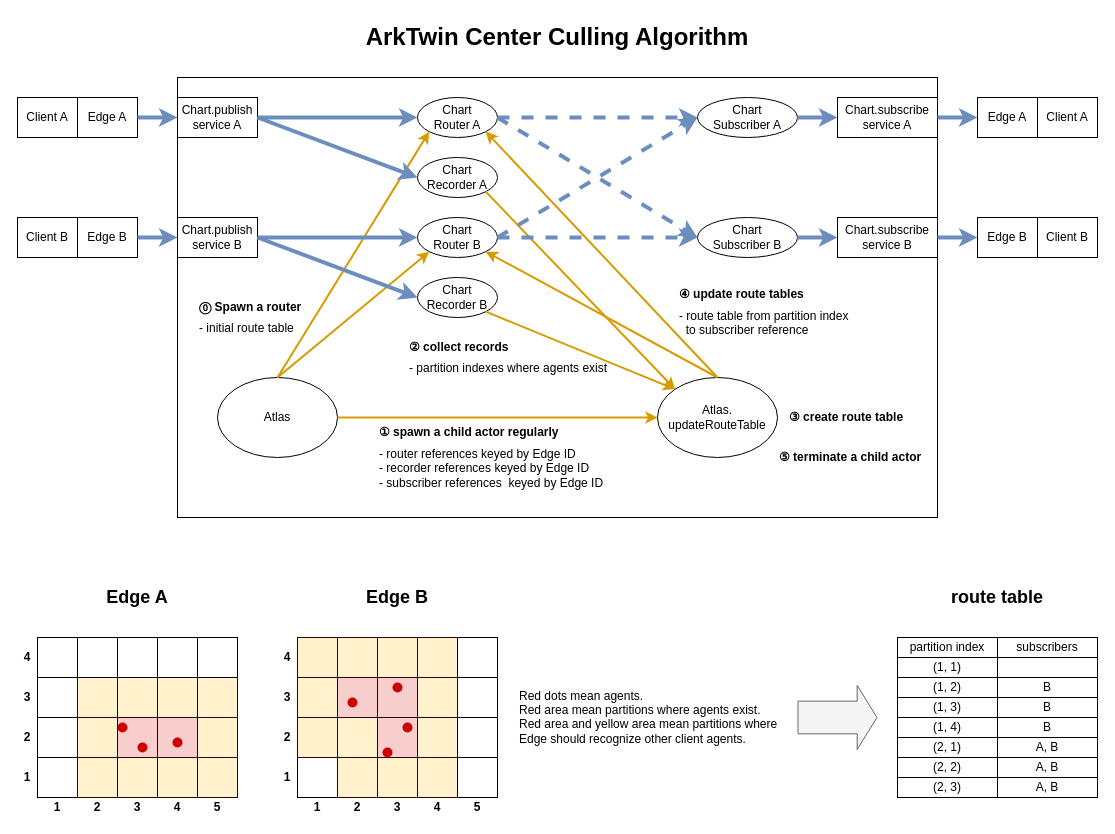
arktwin/arktwin keeps this draw.io diagram as docs/center-culling.drawio. Above is the earlier version. Source tidied: cells renumbered, new cells numbered last; positions are measured from the earlier drawing's top-left corner, leaving out a move shared by most shapes. Both pictures are drawn from the tidied source at 100%, with x=0, y=0 at pixel (17, 17).
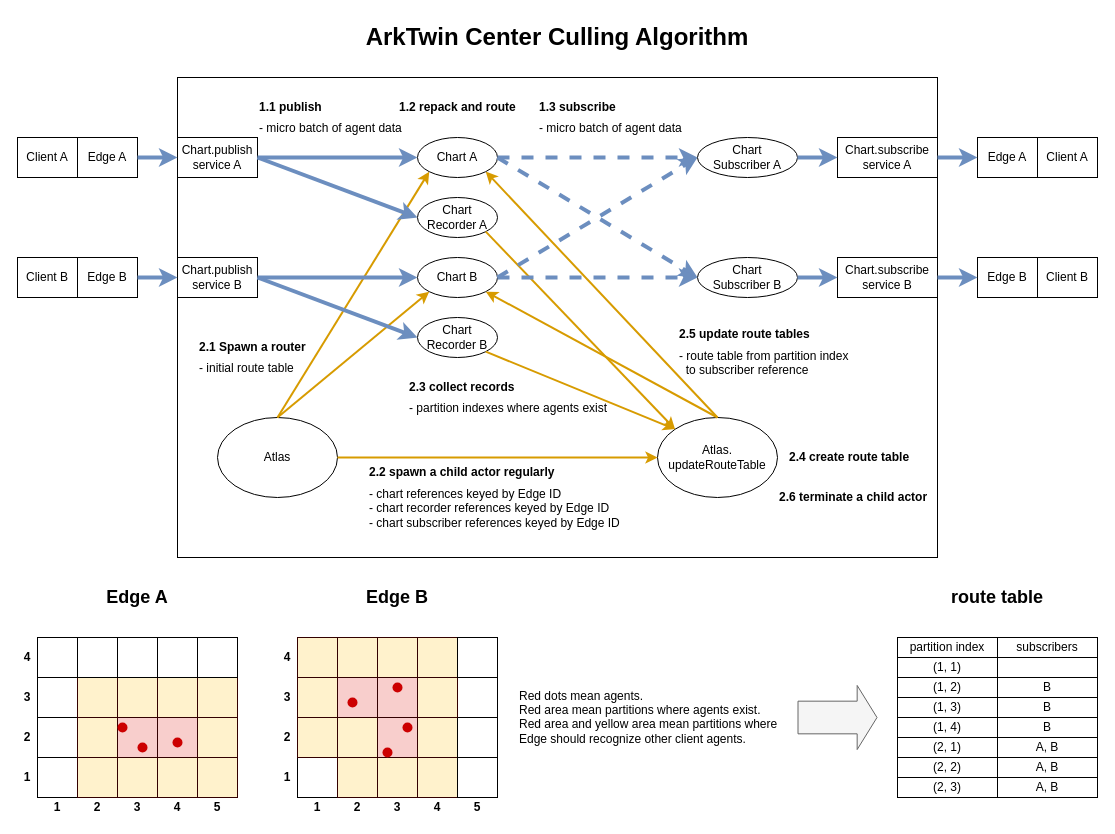
The same diagram, later.

What changed in the source:
```diff
@@
     <mxCell id="2" style="rounded=0;whiteSpace=wrap;html=1;fillColor=none;" parent="1" vertex="1">
-      <mxGeometry x="160" y="60" width="760" height="440" as="geometry" />
+      <mxGeometry x="160" y="60" width="760" height="480" as="geometry" />
     </mxCell>
     <mxCell id="3" value="Client A" style="rounded=0;whiteSpace=wrap;html=1;" parent="1" vertex="1">
-      <mxGeometry y="80" width="60" height="40" as="geometry" />
+      <mxGeometry y="120" width="60" height="40" as="geometry" />
     </mxCell>
     <mxCell id="4" value="Edge A" style="rounded=0;whiteSpace=wrap;html=1;" parent="1" vertex="1">
-      <mxGeometry x="60" y="80" width="60" height="40" as="geometry" />
+      <mxGeometry x="60" y="120" width="60" height="40" as="geometry" />
     </mxCell>
     <mxCell id="5" value="Chart.publish&lt;div&gt;service A&lt;/div&gt;" style="rounded=0;whiteSpace=wrap;html=1;" parent="1" vertex="1">
-      <mxGeometry x="160" y="80" width="80" height="40" as="geometry" />
+      <mxGeometry x="160" y="120" width="80" height="40" as="geometry" />
     </mxCell>
-    <mxCell id="6" value="Chart&lt;div&gt;Router A&lt;/div&gt;" style="ellipse;whiteSpace=wrap;html=1;" parent="1" vertex="1">
-      <mxGeometry x="400" y="80" width="80" height="40" as="geometry" />
+    <mxCell id="6" value="Chart&lt;span style=&quot;background-color: initial;&quot;&gt;&amp;nbsp;A&lt;/span&gt;" style="ellipse;whiteSpace=wrap;html=1;" parent="1" vertex="1">
+      <mxGeometry x="400" y="120" width="80" height="40" as="geometry" />
     </mxCell>
     <mxCell id="7" value="Atlas.&lt;div&gt;updateRouteTable&lt;/div&gt;" style="ellipse;whiteSpace=wrap;html=1;" parent="1" vertex="1">
-      <mxGeometry x="640" y="360" width="120" height="80" as="geometry" />
+      <mxGeometry x="640" y="400" width="120" height="80" as="geometry" />
     </mxCell>
     <mxCell id="8" value="Atlas" style="ellipse;whiteSpace=wrap;html=1;" parent="1" vertex="1">
-      <mxGeometry x="200" y="360" width="120" height="80" as="geometry" />
+      <mxGeometry x="200" y="400" width="120" height="80" as="geometry" />
     </mxCell>
     <mxCell id="9" value="Chart&lt;div&gt;Recorder A&lt;/div&gt;" style="ellipse;whiteSpace=wrap;html=1;" parent="1" vertex="1">
-      <mxGeometry x="400" y="140" width="80" height="40" as="geometry" />
+      <mxGeometry x="400" y="180" width="80" height="40" as="geometry" />
     </mxCell>
     <mxCell id="10" value="Chart.subscribe&lt;div&gt;service A&lt;/div&gt;" style="rounded=0;whiteSpace=wrap;html=1;" parent="1" vertex="1">
-      <mxGeometry x="820" y="80" width="100" height="40" as="geometry" />
+      <mxGeometry x="820" y="120" width="100" height="40" as="geometry" />
     </mxCell>
@@
     <mxCell id="12" value="Client B" style="rounded=0;whiteSpace=wrap;html=1;" parent="1" vertex="1">
-      <mxGeometry y="200" width="60" height="40" as="geometry" />
+      <mxGeometry y="240" width="60" height="40" as="geometry" />
     </mxCell>
     <mxCell id="13" value="Edge B" style="rounded=0;whiteSpace=wrap;html=1;" parent="1" vertex="1">
-      <mxGeometry x="60" y="200" width="60" height="40" as="geometry" />
+      <mxGeometry x="60" y="240" width="60" height="40" as="geometry" />
     </mxCell>
     <mxCell id="14" value="&lt;div&gt;Chart.publish&lt;/div&gt;&lt;div&gt;service B&lt;/div&gt;" style="rounded=0;whiteSpace=wrap;html=1;" parent="1" vertex="1">
-      <mxGeometry x="160" y="200" width="80" height="40" as="geometry" />
+      <mxGeometry x="160" y="240" width="80" height="40" as="geometry" />
     </mxCell>
-    <mxCell id="15" value="Chart&lt;div&gt;Router B&lt;/div&gt;" style="ellipse;whiteSpace=wrap;html=1;" parent="1" vertex="1">
-      <mxGeometry x="400" y="200" width="80" height="40" as="geometry" />
+    <mxCell id="15" value="Chart&lt;span style=&quot;background-color: initial;&quot;&gt;&amp;nbsp;B&lt;/span&gt;" style="ellipse;whiteSpace=wrap;html=1;" parent="1" vertex="1">
+      <mxGeometry x="400" y="240" width="80" height="40" as="geometry" />
     </mxCell>
     <mxCell id="16" value="Chart&lt;div&gt;Recorder B&lt;/div&gt;" style="ellipse;whiteSpace=wrap;html=1;" parent="1" vertex="1">
-      <mxGeometry x="400" y="260" width="80" height="40" as="geometry" />
+      <mxGeometry x="400" y="300" width="80" height="40" as="geometry" />
     </mxCell>
@@
     <mxCell id="19" value="Chart.subscribe&lt;div&gt;service B&lt;/div&gt;" style="rounded=0;whiteSpace=wrap;html=1;" parent="1" vertex="1">
-      <mxGeometry x="820" y="200" width="100" height="40" as="geometry" />
+      <mxGeometry x="820" y="240" width="100" height="40" as="geometry" />
     </mxCell>
@@
     <mxCell id="25" value="Chart&lt;div&gt;&lt;span style=&quot;background-color: initial;&quot;&gt;Subscriber A&lt;/span&gt;&lt;/div&gt;" style="ellipse;whiteSpace=wrap;html=1;" parent="1" vertex="1">
-      <mxGeometry x="680" y="80" width="100" height="40" as="geometry" />
+      <mxGeometry x="680" y="120" width="100" height="40" as="geometry" />
     </mxCell>
     <mxCell id="26" value="Chart&lt;div&gt;&lt;span style=&quot;background-color: initial;&quot;&gt;Subscriber B&lt;/span&gt;&lt;/div&gt;" style="ellipse;whiteSpace=wrap;html=1;" parent="1" vertex="1">
-      <mxGeometry x="680" y="200" width="100" height="40" as="geometry" />
+      <mxGeometry x="680" y="240" width="100" height="40" as="geometry" />
     </mxCell>
@@
-    <mxCell id="30" value="&lt;b&gt;① spawn a child actor regularly&lt;/b&gt;&lt;div style=&quot;font-size: 6px;&quot;&gt;&lt;b&gt;&lt;br&gt;&lt;/b&gt;&lt;div style=&quot;line-height: 160%; font-size: 12px;&quot;&gt;&lt;div style=&quot;line-height: 120%;&quot;&gt;&lt;span style=&quot;background-color: initial;&quot;&gt;- router references keyed by Edge ID&lt;/span&gt;&lt;div style=&quot;line-height: 120%;&quot;&gt;- recorder references&lt;span style=&quot;background-color: initial;&quot;&gt;&amp;nbsp;&lt;/span&gt;&lt;span style=&quot;background-color: initial;&quot;&gt;keyed by Edge ID&lt;/span&gt;&lt;span style=&quot;background-color: initial;&quot;&gt;&amp;nbsp;&lt;/span&gt;&lt;/div&gt;&lt;div style=&quot;line-height: 120%;&quot;&gt;- subscriber references&amp;nbsp;&lt;span style=&quot;background-color: initial;&quot;&gt;&amp;nbsp;&lt;/span&gt;&lt;span style=&quot;background-color: initial;&quot;&gt;keyed by Edge ID&lt;/span&gt;&lt;/div&gt;&lt;/div&gt;&lt;/div&gt;&lt;/div&gt;" style="text;html=1;align=left;verticalAlign=middle;whiteSpace=wrap;rounded=0;" parent="1" vertex="1">
-      <mxGeometry x="360" y="400" width="240" height="80" as="geometry" />
+    <mxCell id="30" value="&lt;b&gt;2.2 spawn a child actor regularly&lt;/b&gt;&lt;div style=&quot;font-size: 6px;&quot;&gt;&lt;b&gt;&lt;br&gt;&lt;/b&gt;&lt;div style=&quot;line-height: 160%; font-size: 12px;&quot;&gt;&lt;div style=&quot;line-height: 120%;&quot;&gt;&lt;span style=&quot;background-color: initial;&quot;&gt;- chart references keyed by Edge ID&lt;/span&gt;&lt;div style=&quot;line-height: 120%;&quot;&gt;- chart recorder references&lt;span style=&quot;background-color: initial;&quot;&gt;&amp;nbsp;&lt;/span&gt;&lt;span style=&quot;background-color: initial;&quot;&gt;keyed by Edge ID&lt;/span&gt;&lt;span style=&quot;background-color: initial;&quot;&gt;&amp;nbsp;&lt;/span&gt;&lt;/div&gt;&lt;div style=&quot;line-height: 120%;&quot;&gt;- chart subscriber references&amp;nbsp;&lt;span style=&quot;background-color: initial;&quot;&gt;keyed by Edge ID&lt;/span&gt;&lt;/div&gt;&lt;/div&gt;&lt;/div&gt;&lt;/div&gt;" style="text;html=1;align=left;verticalAlign=middle;whiteSpace=wrap;rounded=0;" parent="1" vertex="1">
+      <mxGeometry x="350" y="440" width="260" height="80" as="geometry" />
     </mxCell>
-    <mxCell id="31" value="&lt;b style=&quot;&quot;&gt;③ create route table&lt;/b&gt;" style="text;html=1;align=left;verticalAlign=middle;whiteSpace=wrap;rounded=0;" parent="1" vertex="1">
-      <mxGeometry x="770" y="380" width="130" height="40" as="geometry" />
+    <mxCell id="31" value="&lt;b style=&quot;&quot;&gt;2.4 create route table&lt;/b&gt;" style="text;html=1;align=left;verticalAlign=middle;whiteSpace=wrap;rounded=0;" parent="1" vertex="1">
+      <mxGeometry x="770" y="420" width="130" height="40" as="geometry" />
     </mxCell>
@@
-    <mxCell id="38" value="&lt;b&gt;⓪ Spawn a router&lt;/b&gt;&lt;div style=&quot;font-size: 6px;&quot;&gt;&lt;b&gt;&lt;br&gt;&lt;/b&gt;&lt;div style=&quot;line-height: 160%; font-size: 12px;&quot;&gt;&lt;div style=&quot;line-height: 120%;&quot;&gt;&lt;span style=&quot;background-color: initial;&quot;&gt;- initial route table&lt;br&gt;&lt;/span&gt;&lt;/div&gt;&lt;/div&gt;&lt;/div&gt;" style="text;html=1;align=left;verticalAlign=middle;whiteSpace=wrap;rounded=0;" parent="1" vertex="1">
-      <mxGeometry x="180" y="280" width="110" height="40" as="geometry" />
+    <mxCell id="38" value="&lt;b&gt;2.1 Spawn a router&lt;/b&gt;&lt;div style=&quot;font-size: 6px;&quot;&gt;&lt;b&gt;&lt;br&gt;&lt;/b&gt;&lt;div style=&quot;line-height: 160%; font-size: 12px;&quot;&gt;&lt;div style=&quot;line-height: 120%;&quot;&gt;&lt;span style=&quot;background-color: initial;&quot;&gt;- initial route table&lt;br&gt;&lt;/span&gt;&lt;/div&gt;&lt;/div&gt;&lt;/div&gt;" style="text;html=1;align=left;verticalAlign=middle;whiteSpace=wrap;rounded=0;" parent="1" vertex="1">
+      <mxGeometry x="180" y="320" width="110" height="40" as="geometry" />
     </mxCell>
-    <mxCell id="39" value="&lt;b&gt;② collect records&lt;/b&gt;&lt;div style=&quot;font-size: 6px;&quot;&gt;&lt;b&gt;&lt;br&gt;&lt;/b&gt;&lt;div style=&quot;line-height: 160%; font-size: 12px;&quot;&gt;&lt;div style=&quot;line-height: 120%;&quot;&gt;&lt;span style=&quot;background-color: initial;&quot;&gt;- partition indexes where agents exist&lt;/span&gt;&lt;/div&gt;&lt;/div&gt;&lt;/div&gt;" style="text;html=1;align=left;verticalAlign=middle;whiteSpace=wrap;rounded=0;" parent="1" vertex="1">
-      <mxGeometry x="390" y="320" width="230" height="40" as="geometry" />
+    <mxCell id="39" value="&lt;b&gt;2.3 collect records&lt;/b&gt;&lt;div style=&quot;font-size: 6px;&quot;&gt;&lt;b&gt;&lt;br&gt;&lt;/b&gt;&lt;div style=&quot;line-height: 160%; font-size: 12px;&quot;&gt;&lt;div style=&quot;line-height: 120%;&quot;&gt;&lt;span style=&quot;background-color: initial;&quot;&gt;- partition indexes where agents exist&lt;/span&gt;&lt;/div&gt;&lt;/div&gt;&lt;/div&gt;" style="text;html=1;align=left;verticalAlign=middle;whiteSpace=wrap;rounded=0;" parent="1" vertex="1">
+      <mxGeometry x="390" y="360" width="230" height="40" as="geometry" />
     </mxCell>
-    <mxCell id="40" value="&lt;b&gt;④ update route tables&lt;/b&gt;&lt;div style=&quot;font-size: 6px;&quot;&gt;&lt;b&gt;&lt;br&gt;&lt;/b&gt;&lt;div style=&quot;line-height: 160%; font-size: 12px;&quot;&gt;&lt;div style=&quot;line-height: 120%;&quot;&gt;&lt;span style=&quot;background-color: initial;&quot;&gt;- route table from partition index&lt;/span&gt;&lt;/div&gt;&lt;div style=&quot;line-height: 120%;&quot;&gt;&lt;span style=&quot;background-color: initial;&quot;&gt;&amp;nbsp; to subscriber reference&lt;/span&gt;&lt;/div&gt;&lt;/div&gt;&lt;/div&gt;" style="text;html=1;align=left;verticalAlign=middle;whiteSpace=wrap;rounded=0;" parent="1" vertex="1">
-      <mxGeometry x="660" y="270" width="190" height="50" as="geometry" />
+    <mxCell id="40" value="&lt;b&gt;2.5 update route tables&lt;/b&gt;&lt;div style=&quot;font-size: 6px;&quot;&gt;&lt;b&gt;&lt;br&gt;&lt;/b&gt;&lt;div style=&quot;line-height: 160%; font-size: 12px;&quot;&gt;&lt;div style=&quot;line-height: 120%;&quot;&gt;&lt;span style=&quot;background-color: initial;&quot;&gt;- route table from partition index&lt;/span&gt;&lt;/div&gt;&lt;div style=&quot;line-height: 120%;&quot;&gt;&lt;span style=&quot;background-color: initial;&quot;&gt;&amp;nbsp; to subscriber reference&lt;/span&gt;&lt;/div&gt;&lt;/div&gt;&lt;/div&gt;" style="text;html=1;align=left;verticalAlign=middle;whiteSpace=wrap;rounded=0;" parent="1" vertex="1">
+      <mxGeometry x="660" y="310" width="190" height="50" as="geometry" />
     </mxCell>
     <mxCell id="41" value="Edge A" style="rounded=0;whiteSpace=wrap;html=1;" parent="1" vertex="1">
-      <mxGeometry x="960" y="80" width="60" height="40" as="geometry" />
+      <mxGeometry x="960" y="120" width="60" height="40" as="geometry" />
     </mxCell>
     <mxCell id="42" value="Client A" style="rounded=0;whiteSpace=wrap;html=1;" parent="1" vertex="1">
-      <mxGeometry x="1020" y="80" width="60" height="40" as="geometry" />
+      <mxGeometry x="1020" y="120" width="60" height="40" as="geometry" />
     </mxCell>
     <mxCell id="43" value="Edge B" style="rounded=0;whiteSpace=wrap;html=1;" parent="1" vertex="1">
-      <mxGeometry x="960" y="200" width="60" height="40" as="geometry" />
+      <mxGeometry x="960" y="240" width="60" height="40" as="geometry" />
     </mxCell>
     <mxCell id="44" value="Client B" style="rounded=0;whiteSpace=wrap;html=1;" parent="1" vertex="1">
-      <mxGeometry x="1020" y="200" width="60" height="40" as="geometry" />
+      <mxGeometry x="1020" y="240" width="60" height="40" as="geometry" />
     </mxCell>
@@
-    <mxCell id="49" value="&lt;b style=&quot;&quot;&gt;⑤ terminate a child actor&lt;/b&gt;" style="text;html=1;align=left;verticalAlign=middle;whiteSpace=wrap;rounded=0;" parent="1" vertex="1">
-      <mxGeometry x="760" y="420" width="150" height="40" as="geometry" />
+    <mxCell id="49" value="&lt;b style=&quot;&quot;&gt;2.6 terminate a child actor&lt;/b&gt;" style="text;html=1;align=left;verticalAlign=middle;whiteSpace=wrap;rounded=0;" parent="1" vertex="1">
+      <mxGeometry x="760" y="460" width="160" height="40" as="geometry" />
     </mxCell>
@@
+    <mxCell id="137" value="&lt;b&gt;1.1 publish&lt;/b&gt;&lt;div style=&quot;font-size: 6px;&quot;&gt;&lt;br class=&quot;Apple-interchange-newline&quot;&gt;&lt;font style=&quot;font-size: 12px;&quot;&gt;- micro batch of&lt;/font&gt;&lt;span style=&quot;font-size: 12px; background-color: initial;&quot;&gt;&amp;nbsp;agent data&lt;/span&gt;&lt;/div&gt;" style="text;html=1;align=left;verticalAlign=middle;whiteSpace=wrap;rounded=0;" parent="1" vertex="1">
+      <mxGeometry x="240" y="80" width="150" height="40" as="geometry" />
+    </mxCell>
+    <mxCell id="138" value="&lt;b&gt;1.3 subscribe&lt;/b&gt;&lt;div style=&quot;font-size: 6px;&quot;&gt;&lt;b&gt;&lt;br&gt;&lt;/b&gt;&lt;div style=&quot;line-height: 19.2px; font-size: 12px;&quot;&gt;&lt;div style=&quot;line-height: 14.4px;&quot;&gt;&lt;span style=&quot;background-color: initial;&quot;&gt;- micro batch of&lt;/span&gt;&lt;span style=&quot;background-color: initial;&quot;&gt;&amp;nbsp;agent data&lt;/span&gt;&lt;/div&gt;&lt;/div&gt;&lt;/div&gt;" style="text;html=1;align=left;verticalAlign=middle;whiteSpace=wrap;rounded=0;" parent="1" vertex="1">
+      <mxGeometry x="520" y="80" width="160" height="40" as="geometry" />
+    </mxCell>
+    <mxCell id="139" value="&lt;b&gt;1.2 repack and route&lt;/b&gt;&lt;div style=&quot;font-size: 6px;&quot;&gt;&lt;b&gt;&lt;br&gt;&lt;/b&gt;&lt;/div&gt;&lt;div&gt;&lt;b&gt;&lt;br&gt;&lt;/b&gt;&lt;/div&gt;" style="text;html=1;align=left;verticalAlign=middle;whiteSpace=wrap;rounded=0;" parent="1" vertex="1">
+      <mxGeometry x="380" y="80" width="120" height="40" as="geometry" />
+    </mxCell>
```
